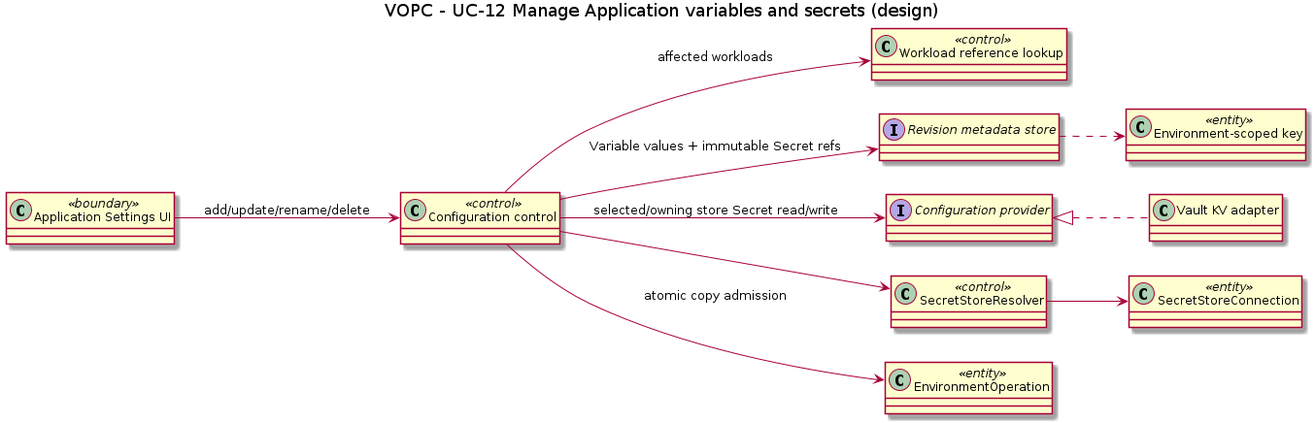
The PlantUML diagram orchestrator_docs/usecase/UC-12/vopc.png in pr3s3nt/poc, before a commit. Its source is kept beside it as orchestrator_docs/usecase/UC-12/vopc.puml. The source it was exported from:
```plantuml
@startuml
title VOPC - UC-12 Manage Application variables and secrets (design)
left to right direction
skinparam classAttributeIconSize 0
class "Application Settings UI" as UI <<boundary>>
class "Configuration control" as Config <<control>>
class "Workload reference lookup" as Refs <<control>>
class "Environment-scoped key" as Key <<entity>>
interface "Revision metadata store" as Store
interface "Configuration provider" as Provider
class "Vault KV adapter" as Vault

UI --> Config : add/update/rename/delete
Config --> Refs : affected workloads
Config --> Store : Variable values + immutable Secret refs
Config --> Provider : selected/owning store Secret read/write
Provider <|.. Vault
Store ..> Key
class SecretStoreResolver <<control>>
class SecretStoreConnection <<entity>>
class EnvironmentOperation <<entity>>
Config --> SecretStoreResolver
SecretStoreResolver --> SecretStoreConnection
Config --> EnvironmentOperation : atomic copy admission
@enduml
```
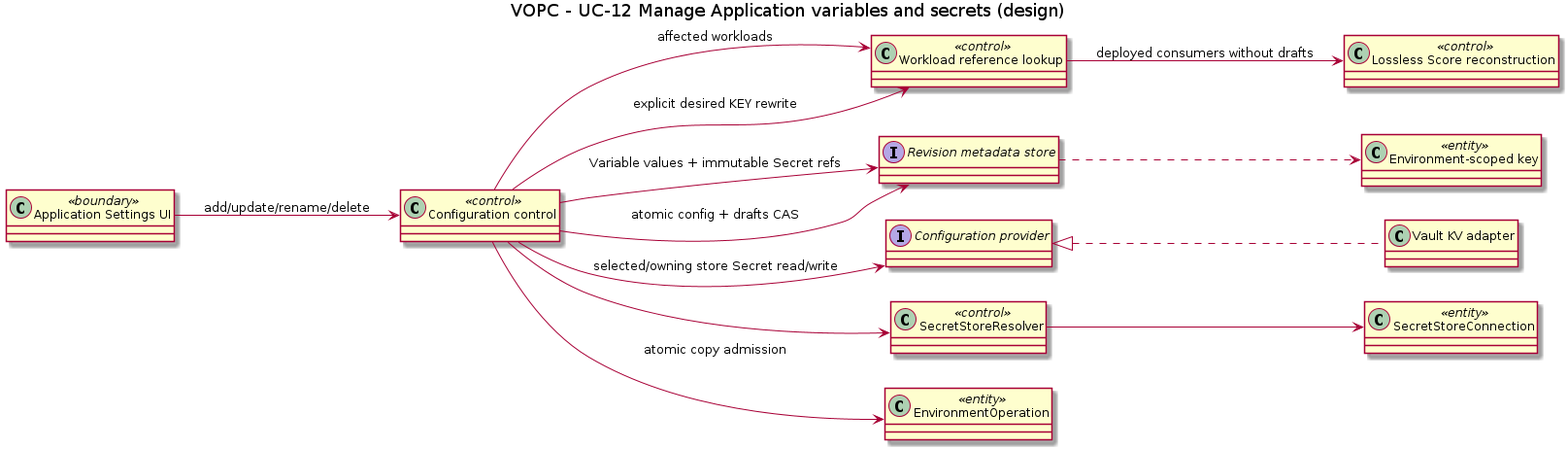
After the commit.

What changed in the source:
```diff
@@ -13,6 +13,10 @@
 UI --> Config : add/update/rename/delete
 Config --> Refs : affected workloads
 Config --> Store : Variable values + immutable Secret refs
+Config --> Refs : explicit desired KEY rewrite
+class "Lossless Score reconstruction" as Rebuild <<control>>
+Refs --> Rebuild : deployed consumers without drafts
+Config --> Store : atomic config + drafts CAS
 Config --> Provider : selected/owning store Secret read/write
 Provider <|.. Vault
 Store ..> Key
```
